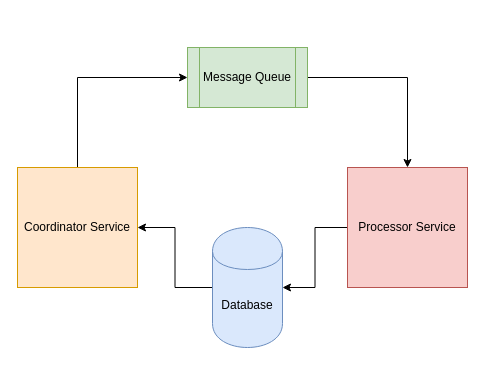
Above: architecture.drawio in SyedShahbaz/microservice-architecture (draw.io), before the change. Source tidied: cells renumbered, new cells numbered last; positions are measured from the earlier drawing's top-left corner, leaving out a move shared by most shapes. Both pictures are drawn from the tidied source at 100%, with x=0, y=0 at pixel (17, 47).
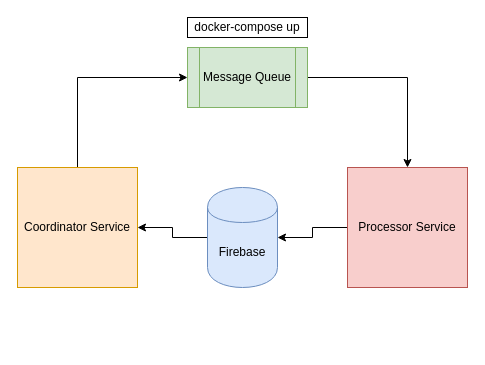
The same diagram, later.

The edit, as a diff of the source:
```diff
@@
 <mxGraphModel>
   <root>
     <mxCell id="0" />
     <mxCell id="1" parent="0" />
     <mxCell id="2" style="edgeStyle=orthogonalEdgeStyle;rounded=0;jettySize=auto;html=1;entryX=0;entryY=0.5;entryDx=0;entryDy=0;" parent="1" edge="1" source="3" target="7">
       <mxGeometry relative="1" as="geometry">
         <Array as="points">
           <mxPoint x="60" y="30" />
         </Array>
       </mxGeometry>
     </mxCell>
     <mxCell id="3" value="Coordinator Service" style="whiteSpace=wrap;html=1;fillColor=#ffe6cc;strokeColor=#d79b00;" parent="1" vertex="1">
       <mxGeometry y="120" width="120" height="120" as="geometry" />
     </mxCell>
     <mxCell id="4" style="edgeStyle=orthogonalEdgeStyle;rounded=0;jettySize=auto;html=1;entryX=1;entryY=0.5;entryDx=0;entryDy=0;" parent="1" edge="1" source="5" target="9">
       <mxGeometry relative="1" as="geometry" />
     </mxCell>
     <mxCell id="5" value="Processor Service" style="whiteSpace=wrap;html=1;fillColor=#f8cecc;strokeColor=#b85450;" parent="1" vertex="1">
       <mxGeometry x="330" y="120" width="120" height="120" as="geometry" />
     </mxCell>
     <mxCell id="6" style="edgeStyle=orthogonalEdgeStyle;rounded=0;jettySize=auto;html=1;entryX=0.5;entryY=0;entryDx=0;entryDy=0;" parent="1" edge="1" source="7" target="5">
       <mxGeometry relative="1" as="geometry" />
     </mxCell>
     <mxCell id="7" value="Message Queue" style="shape=process;whiteSpace=wrap;html=1;backgroundOutline=1;fillColor=#d5e8d4;strokeColor=#82b366;" parent="1" vertex="1">
       <mxGeometry x="170" width="120" height="60" as="geometry" />
     </mxCell>
     <mxCell id="8" style="edgeStyle=orthogonalEdgeStyle;rounded=0;jettySize=auto;html=1;entryX=1;entryY=0.5;entryDx=0;entryDy=0;" parent="1" edge="1" source="9" target="3">
       <mxGeometry relative="1" as="geometry" />
     </mxCell>
-    <mxCell id="9" value="Database" style="shape=cylinder;whiteSpace=wrap;html=1;boundedLbl=1;backgroundOutline=1;fillColor=#dae8fc;strokeColor=#6c8ebf;" parent="1" vertex="1">
-      <mxGeometry x="195" y="180" width="70" height="120" as="geometry" />
+    <mxCell id="9" value="Firebase" style="shape=cylinder;whiteSpace=wrap;html=1;boundedLbl=1;backgroundOutline=1;fillColor=#dae8fc;strokeColor=#6c8ebf;" parent="1" vertex="1">
+      <mxGeometry x="190" y="140" width="70" height="100" as="geometry" />
     </mxCell>
+    <mxCell id="10" value="docker-compose up" style="rounded=0;whiteSpace=wrap;html=1;" parent="1" vertex="1">
+      <mxGeometry x="170" y="-30" width="120" height="20" as="geometry" />
+    </mxCell>
   </root>
 </mxGraphModel>
```
